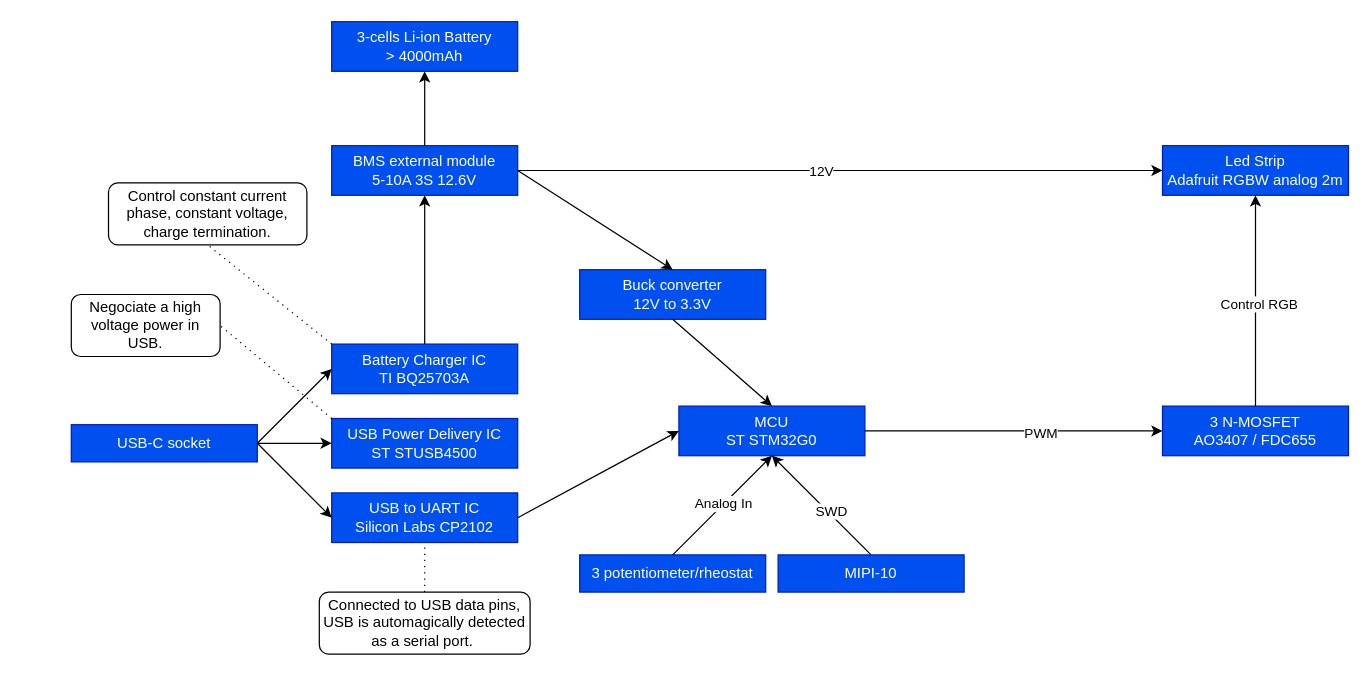
Before: hardware/hardware_architecture_design.drawio in leonmariotto/ledstrip, a draw.io diagram. Source tidied: cells renumbered, new cells numbered last; positions are measured from the earlier drawing's top-left corner, leaving out a move shared by most shapes. Both pictures are drawn from the tidied source at 124%, with x=0, y=0 at pixel (71, 21).
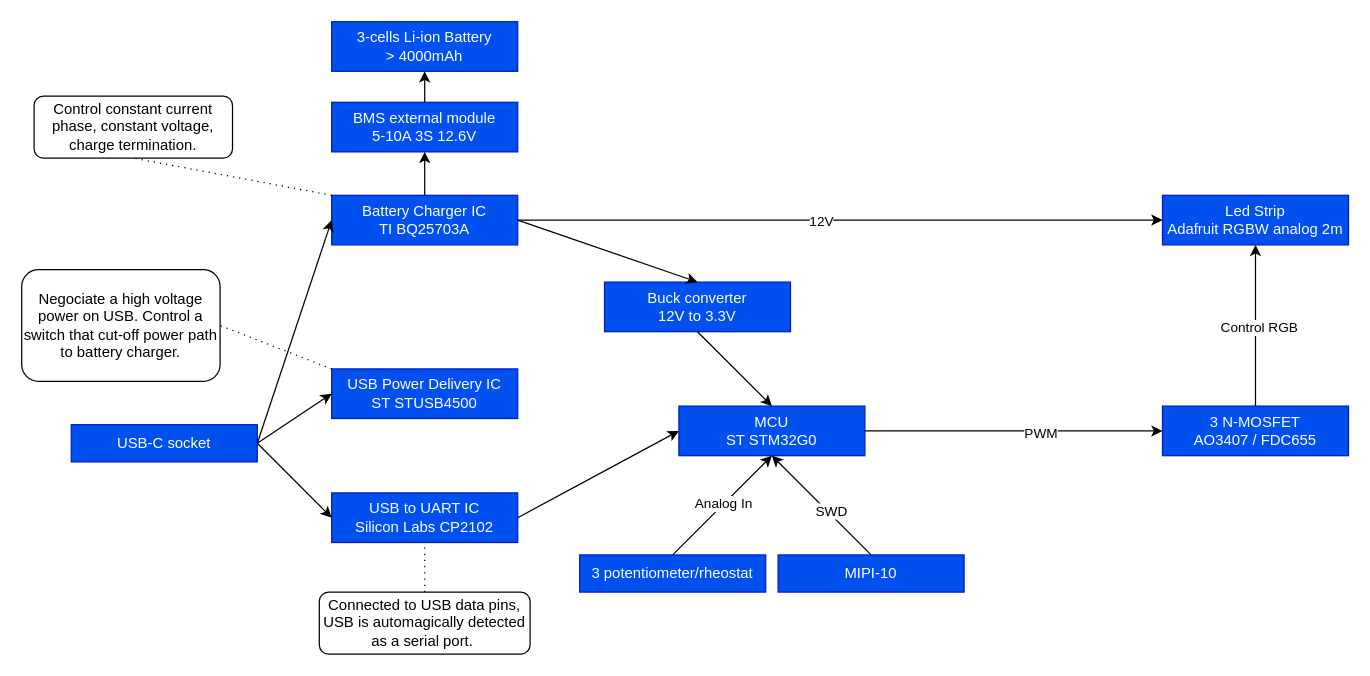
The same diagram, later.

The edit, as a diff of the source:
```diff
@@
     <mxCell id="3" value="USB Power Delivery IC&lt;div&gt;ST STUSB4500&lt;/div&gt;" style="rounded=0;whiteSpace=wrap;html=1;fillColor=#0050ef;fontColor=#ffffff;strokeColor=#001DBC;" parent="1" vertex="1">
-      <mxGeometry x="210" y="320" width="150" height="40" as="geometry" />
+      <mxGeometry x="210" y="280" width="150" height="40" as="geometry" />
     </mxCell>
@@
     <mxCell id="5" value="Battery Charger IC&lt;div&gt;TI BQ25703A&lt;/div&gt;" style="rounded=0;whiteSpace=wrap;html=1;fillColor=#0050ef;fontColor=#ffffff;strokeColor=#001DBC;" parent="1" vertex="1">
-      <mxGeometry x="210" y="260" width="150" height="40" as="geometry" />
+      <mxGeometry x="210" y="140" width="150" height="40" as="geometry" />
     </mxCell>
     <mxCell id="6" value="Control constant current phase, constant voltage, charge termination." style="rounded=1;whiteSpace=wrap;html=1;" parent="1" vertex="1">
-      <mxGeometry x="30" y="130" width="160" height="50" as="geometry" />
+      <mxGeometry x="-30" y="60" width="160" height="50" as="geometry" />
     </mxCell>
-    <mxCell id="7" value="Negociate a high voltage power in USB." style="rounded=1;whiteSpace=wrap;html=1;" parent="1" vertex="1">
-      <mxGeometry y="220" width="120" height="50" as="geometry" />
+    <mxCell id="7" value="Negociate a high voltage power on USB. Control a switch that cut-off power path to battery charger." style="rounded=1;whiteSpace=wrap;html=1;" parent="1" vertex="1">
+      <mxGeometry x="-40" y="200" width="160" height="90" as="geometry" />
     </mxCell>
@@
     <mxCell id="9" value="&lt;div&gt;BMS external module&lt;/div&gt;&lt;div&gt;5-10A 3S 12.6V&lt;/div&gt;" style="rounded=0;whiteSpace=wrap;html=1;fillColor=#0050ef;fontColor=#ffffff;strokeColor=#001DBC;" parent="1" vertex="1">
-      <mxGeometry x="210" y="100" width="150" height="40" as="geometry" />
+      <mxGeometry x="210" y="65" width="150" height="40" as="geometry" />
     </mxCell>
@@
     <mxCell id="12" value="&lt;div&gt;&lt;span style=&quot;color: light-dark(rgb(255, 255, 255), rgb(255, 255, 255)); background-color: transparent;&quot;&gt;Led Strip&lt;/span&gt;&lt;/div&gt;&lt;div&gt;&lt;span style=&quot;color: light-dark(rgb(255, 255, 255), rgb(255, 255, 255)); background-color: transparent;&quot;&gt;Adafruit RGBW analog 2m&lt;/span&gt;&lt;/div&gt;" style="rounded=0;whiteSpace=wrap;html=1;fillColor=#0050ef;fontColor=#ffffff;strokeColor=#001DBC;" parent="1" vertex="1">
-      <mxGeometry x="880" y="100" width="150" height="40" as="geometry" />
+      <mxGeometry x="880" y="140" width="150" height="40" as="geometry" />
     </mxCell>
@@
     <mxCell id="15" value="&lt;div&gt;&lt;span style=&quot;color: light-dark(rgb(255, 255, 255), rgb(255, 255, 255)); background-color: transparent;&quot;&gt;Buck converter&lt;/span&gt;&lt;/div&gt;&lt;div&gt;&lt;font color=&quot;#ffffff&quot;&gt;12V to 3.3V&lt;/font&gt;&lt;/div&gt;" style="rounded=0;whiteSpace=wrap;html=1;fillColor=#0050ef;fontColor=#ffffff;strokeColor=#001DBC;" parent="1" vertex="1">
-      <mxGeometry x="410" y="200" width="150" height="40" as="geometry" />
+      <mxGeometry x="430" y="210" width="150" height="40" as="geometry" />
     </mxCell>
@@
-    <mxCell id="21" style="endArrow=classic;html=1;rounded=0;exitX=1;exitY=0.5;exitDx=0;exitDy=0;entryX=0.5;entryY=0;entryDx=0;entryDy=0;" parent="1" edge="1" source="9" target="15">
+    <mxCell id="21" style="endArrow=classic;html=1;rounded=0;exitX=1;exitY=0.5;exitDx=0;exitDy=0;entryX=0.5;entryY=0;entryDx=0;entryDy=0;" parent="1" edge="1" source="5" target="15">
       <mxGeometry relative="1" as="geometry" />
     </mxCell>
-    <mxCell id="22" style="endArrow=classic;html=1;rounded=0;exitX=1;exitY=0.5;exitDx=0;exitDy=0;entryX=0;entryY=0.5;entryDx=0;entryDy=0;" parent="1" edge="1" source="9" target="12">
+    <mxCell id="22" style="endArrow=classic;html=1;rounded=0;exitX=1;exitY=0.5;exitDx=0;exitDy=0;entryX=0;entryY=0.5;entryDx=0;entryDy=0;" parent="1" edge="1" source="5" target="12">
       <mxGeometry relative="1" as="geometry" />
     </mxCell>
```
